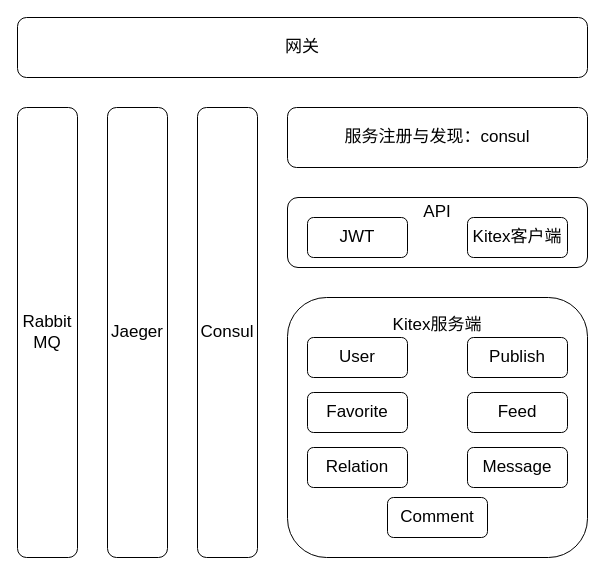
The draw.io diagram 抖音分层设计.drawio in Afeather2017/Afeather-Flowcharts, before the edit. Source tidied: cells renumbered, new cells numbered last; positions are measured from the earlier drawing's top-left corner, leaving out a move shared by most shapes. Both pictures are drawn from the tidied source at 100%, with x=0, y=0 at pixel (17, 17).
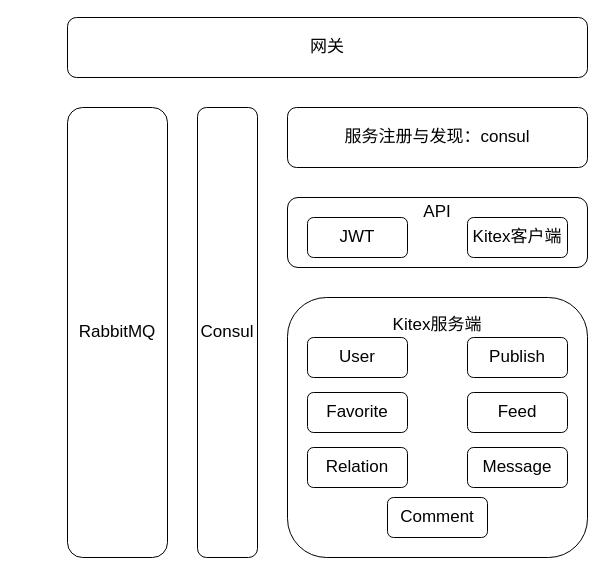
The same page after the edit.

Commit message:
更新抖音分层设计.drawio

Change to the diagram source:
```diff
@@
 <mxGraphModel>
   <root>
     <mxCell id="0" />
     <mxCell id="1" parent="0" />
     <mxCell id="2" value="网关" style="rounded=1;whiteSpace=wrap;html=1;fillColor=none;fontSize=17;" parent="1" vertex="1">
-      <mxGeometry width="570" height="60" as="geometry" />
+      <mxGeometry x="50" width="520" height="60" as="geometry" />
     </mxCell>
     <mxCell id="3" value="服务注册与发现：consul" style="rounded=1;whiteSpace=wrap;html=1;fillColor=none;fontSize=17;" parent="1" vertex="1">
       <mxGeometry x="270" y="90" width="300" height="60" as="geometry" />
     </mxCell>
     <mxCell id="4" value="API&lt;br style=&quot;font-size: 17px;&quot;&gt;&lt;br style=&quot;font-size: 17px;&quot;&gt;&lt;br style=&quot;font-size: 17px;&quot;&gt;" style="rounded=1;whiteSpace=wrap;html=1;fillColor=none;fontSize=17;" parent="1" vertex="1">
       <mxGeometry x="270" y="180" width="300" height="70" as="geometry" />
     </mxCell>
     <mxCell id="5" value="JWT" style="rounded=1;whiteSpace=wrap;html=1;fillColor=none;fontSize=17;" parent="1" vertex="1">
       <mxGeometry x="290" y="200" width="100" height="40" as="geometry" />
     </mxCell>
     <mxCell id="6" value="Kitex客户端" style="rounded=1;whiteSpace=wrap;html=1;fillColor=none;fontSize=17;" parent="1" vertex="1">
       <mxGeometry x="450" y="200" width="100" height="40" as="geometry" />
     </mxCell>
     <mxCell id="7" value="Kitex服务端&lt;br style=&quot;font-size: 17px;&quot;&gt;&lt;br style=&quot;font-size: 17px;&quot;&gt;&lt;br style=&quot;font-size: 17px;&quot;&gt;&lt;br style=&quot;font-size: 17px;&quot;&gt;&lt;br style=&quot;font-size: 17px;&quot;&gt;&lt;br style=&quot;font-size: 17px;&quot;&gt;&lt;br style=&quot;font-size: 17px;&quot;&gt;&lt;br style=&quot;font-size: 17px;&quot;&gt;&lt;br style=&quot;font-size: 17px;&quot;&gt;&lt;br style=&quot;font-size: 17px;&quot;&gt;&lt;br style=&quot;font-size: 17px;&quot;&gt;" style="rounded=1;whiteSpace=wrap;html=1;fillColor=none;fontSize=17;" parent="1" vertex="1">
       <mxGeometry x="270" y="280" width="300" height="260" as="geometry" />
     </mxCell>
     <mxCell id="8" value="User" style="rounded=1;whiteSpace=wrap;html=1;fillColor=none;fontSize=17;" parent="1" vertex="1">
       <mxGeometry x="290" y="320" width="100" height="40" as="geometry" />
     </mxCell>
     <mxCell id="9" value="Publish" style="rounded=1;whiteSpace=wrap;html=1;fillColor=none;fontSize=17;" parent="1" vertex="1">
       <mxGeometry x="450" y="320" width="100" height="40" as="geometry" />
     </mxCell>
     <mxCell id="10" value="Favorite" style="rounded=1;whiteSpace=wrap;html=1;fillColor=none;fontSize=17;" parent="1" vertex="1">
       <mxGeometry x="290" y="375" width="100" height="40" as="geometry" />
     </mxCell>
     <mxCell id="11" value="Feed" style="rounded=1;whiteSpace=wrap;html=1;fillColor=none;fontSize=17;" parent="1" vertex="1">
       <mxGeometry x="450" y="375" width="100" height="40" as="geometry" />
     </mxCell>
     <mxCell id="12" value="Relation" style="rounded=1;whiteSpace=wrap;html=1;fillColor=none;fontSize=17;" parent="1" vertex="1">
       <mxGeometry x="290" y="430" width="100" height="40" as="geometry" />
     </mxCell>
     <mxCell id="13" value="Message" style="rounded=1;whiteSpace=wrap;html=1;fillColor=none;fontSize=17;" parent="1" vertex="1">
       <mxGeometry x="450" y="430" width="100" height="40" as="geometry" />
     </mxCell>
     <mxCell id="14" value="Comment" style="rounded=1;whiteSpace=wrap;html=1;fillColor=none;fontSize=17;" parent="1" vertex="1">
       <mxGeometry x="370" y="480" width="100" height="40" as="geometry" />
     </mxCell>
-    <mxCell id="15" value="Jaeger" style="rounded=1;whiteSpace=wrap;html=1;fillColor=none;fontSize=17;" parent="1" vertex="1">
-      <mxGeometry x="90" y="90" width="60" height="450" as="geometry" />
-    </mxCell>
     <mxCell id="16" value="Consul" style="rounded=1;whiteSpace=wrap;html=1;fillColor=none;fontSize=17;" parent="1" vertex="1">
       <mxGeometry x="180" y="90" width="60" height="450" as="geometry" />
     </mxCell>
-    <mxCell id="17" value="Rabbit&lt;br&gt;MQ" style="rounded=1;whiteSpace=wrap;html=1;fillColor=none;fontSize=17;" parent="1" vertex="1">
-      <mxGeometry y="90" width="60" height="450" as="geometry" />
+    <mxCell id="17" value="RabbitMQ" style="rounded=1;whiteSpace=wrap;html=1;fillColor=none;fontSize=17;" parent="1" vertex="1">
+      <mxGeometry x="50" y="90" width="100" height="450" as="geometry" />
     </mxCell>
   </root>
 </mxGraphModel>
```
